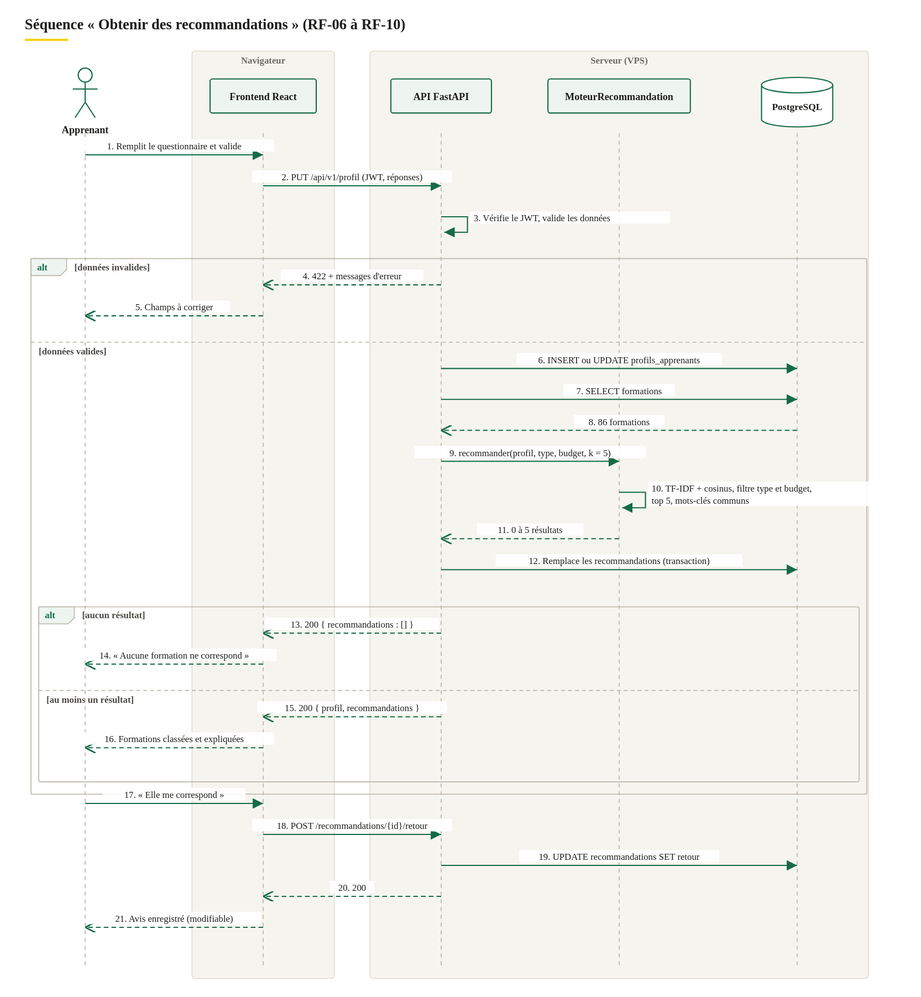
This is docs/uml/images/03-sequence-recommandations.svg from martial-300/plateforme-formations-hitt, a PlantUML export, as it was before one commit. Its source is kept beside it as docs/uml/03-sequence-recommandations.puml. The source it was exported from:
```plantuml
@startuml 03-sequence-recommandations
!include _style.iuml
title Séquence « Obtenir des recommandations » (RF-06 à RF-10)
autonumber

actor Apprenant as A
box "Navigateur" #F6F4EF
  participant "Frontend React" as UI
end box
box "Serveur (VPS)" #F6F4EF
  participant "API FastAPI" as API
  participant "MoteurRecommandation" as M
  database "PostgreSQL" as DB
end box

A -> UI : Remplit le questionnaire et valide
UI -> UI : Contrôle des champs (obligatoires, budget numérique)
UI -> API : PUT /api/v1/profil (JWT, réponses)
activate API
API -> API : Vérifie le JWT et valide les données
alt Données invalides
  API --> UI : 422 + messages d'erreur
  UI --> A : Affiche les champs à corriger
else Données valides
  API -> DB : INSERT ou UPDATE profils_apprenants
  API -> DB : SELECT formations
  DB --> API : 86 formations
  API -> M : recommander(texte du profil, type, budget, k = 5)
  activate M
  M -> M : TF-IDF + similarité cosinus
  M -> M : Filtre type et budget, garde les 5 meilleurs scores
  M -> M : Calcule les mots-clés communs
  M --> API : 0 à 5 résultats
  deactivate M
  API -> DB : DELETE anciennes recommandations\nINSERT nouvelles (une transaction)
  alt Aucun résultat
    API --> UI : 200 { recommandations : [] }
    UI --> A : Écran « Aucune formation ne correspond »
  else Au moins un résultat
    API --> UI : 200 { profil, recommandations }
    UI --> A : 5 formations classées, correspondance et mots en commun
  end
end
deactivate API

A -> UI : Clique « Elle me correspond »
UI -> API : POST /api/v1/recommandations/{id}/retour { pertinent }
API -> DB : UPDATE recommandations SET retour
API --> UI : 200
UI --> A : Avis enregistré (modifiable)
@enduml
```
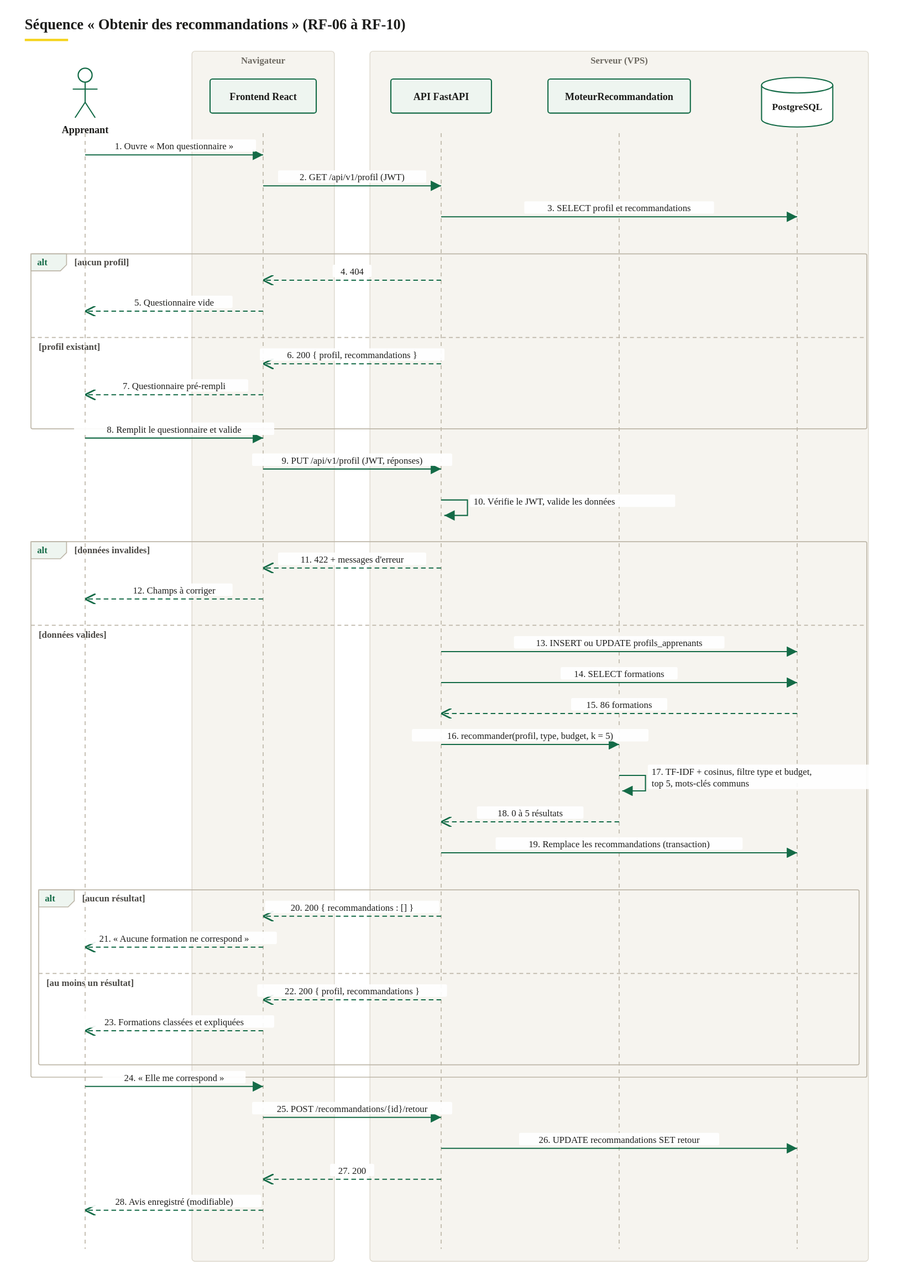
Later version of the same file.

The edit, as a diff of the source:
```diff
@@ -12,6 +12,17 @@
   participant "MoteurRecommandation" as M
   database "PostgreSQL" as DB
 end box
+
+A -> UI : Ouvre « Mon questionnaire »
+UI -> API : GET /api/v1/profil (JWT)
+API -> DB : SELECT profil et recommandations
+alt Aucun profil
+  API --> UI : 404
+  UI --> A : Questionnaire vide
+else Profil existant
+  API --> UI : 200 { profil, recommandations }
+  UI --> A : Questionnaire pré-rempli
+end
 
 A -> UI : Remplit le questionnaire et valide
 UI -> UI : Contrôle des champs (obligatoires, budget numérique)
```
